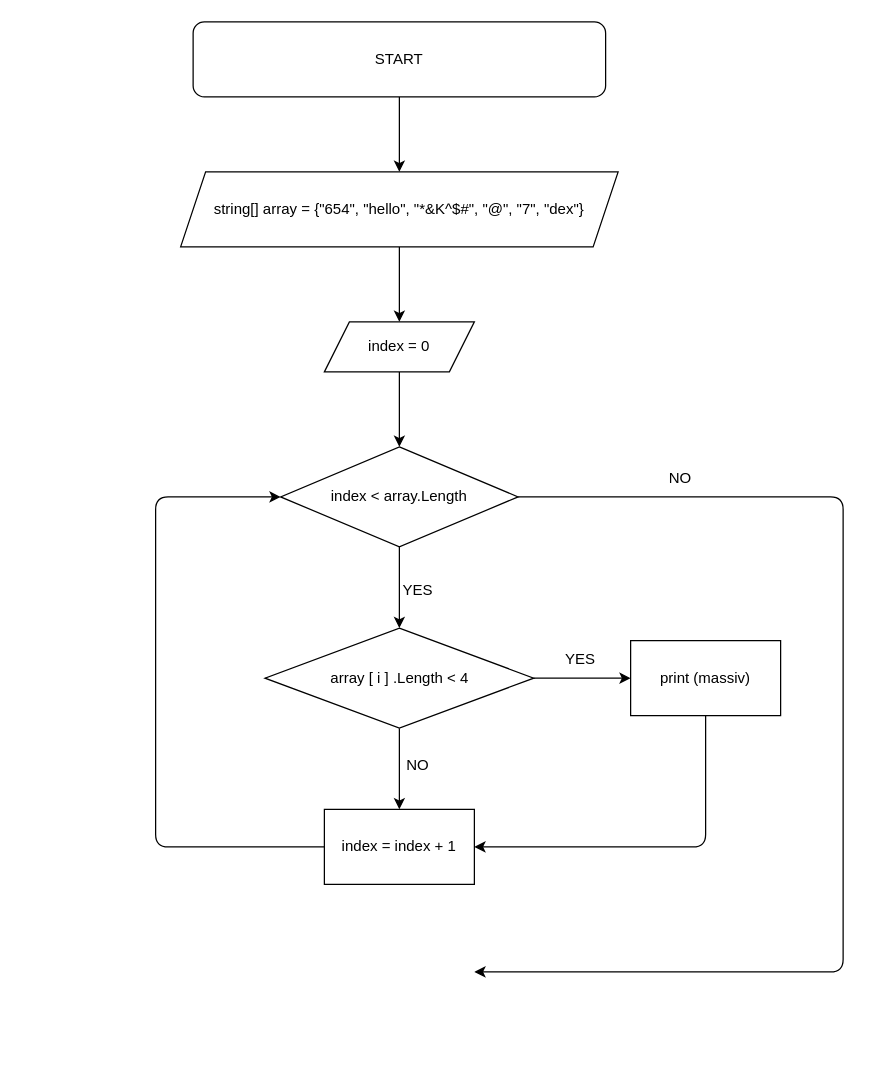
originalenergy98/Practical-task keeps this draw.io diagram as diagram.drawio. Above is the earlier version. Source tidied: cells renumbered, new cells numbered last; positions are measured from the earlier drawing's top-left corner, leaving out a move shared by most shapes. Both pictures are drawn from the tidied source at 125%, with x=0, y=0 at pixel (155, 21).
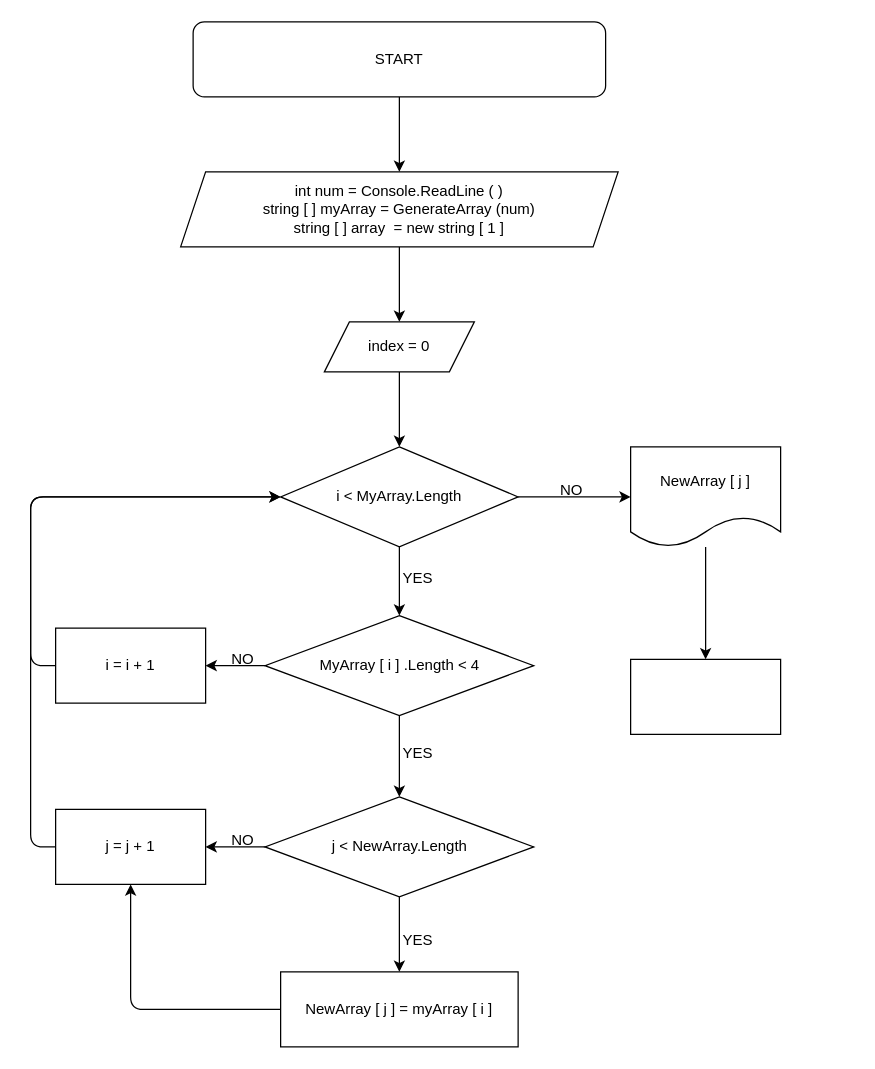
Above is the later version.

Diff of the diagram source:
```diff
@@
-    <mxCell id="5" value="string[] array = {&quot;654&quot;, &quot;hello&quot;, &quot;*&amp;amp;K^$#&quot;, &quot;@&quot;, &quot;7&quot;, &quot;dex&quot;}&lt;br&gt;" style="shape=parallelogram;perimeter=parallelogramPerimeter;whiteSpace=wrap;html=1;fixedSize=1;" parent="1" vertex="1">
+    <mxCell id="5" value="int num = Console.ReadLine ( )&lt;br&gt;string [ ] myArray = GenerateArray (num)&lt;br&gt;string [ ] array&amp;nbsp; = new string [ 1 ]" style="shape=parallelogram;perimeter=parallelogramPerimeter;whiteSpace=wrap;html=1;fixedSize=1;" parent="1" vertex="1">
       <mxGeometry x="20" y="120" width="350" height="60" as="geometry" />
     </mxCell>
@@
-    <mxCell id="9" style="edgeStyle=none;html=1;entryX=1;entryY=0.5;entryDx=0;entryDy=0;" parent="1" edge="1" source="10">
-      <mxGeometry relative="1" as="geometry">
-        <mxPoint x="255" y="760" as="targetPoint" />
-        <Array as="points">
-          <mxPoint x="550" y="380" />
-          <mxPoint x="550" y="760" />
-        </Array>
-      </mxGeometry>
-    </mxCell>
+    <mxCell id="22" style="edgeStyle=none;html=1;entryX=0;entryY=0.5;entryDx=0;entryDy=0;" parent="1" edge="1" source="10" target="33">
+      <mxGeometry relative="1" as="geometry" />
+    </mxCell>
-    <mxCell id="10" value="index &amp;lt; array.Length" style="rhombus;whiteSpace=wrap;html=1;" parent="1" vertex="1">
+    <mxCell id="10" value="i &amp;lt; MyArray.Length" style="rhombus;whiteSpace=wrap;html=1;" parent="1" vertex="1">
       <mxGeometry x="100" y="340" width="190" height="80" as="geometry" />
     </mxCell>
@@
-    <mxCell id="12" style="edgeStyle=none;html=1;" parent="1" edge="1" source="13" target="15">
+    <mxCell id="12" style="edgeStyle=none;html=1;entryX=0.5;entryY=0;entryDx=0;entryDy=0;" parent="1" edge="1" source="13" target="25">
       <mxGeometry relative="1" as="geometry" />
     </mxCell>
-    <mxCell id="13" value="array [ i ] .Length &amp;lt; 4" style="rhombus;whiteSpace=wrap;html=1;" parent="1" vertex="1">
-      <mxGeometry x="87.5" y="485" width="215" height="80" as="geometry" />
+    <mxCell id="13" value="MyArray [ i ] .Length &amp;lt; 4" style="rhombus;whiteSpace=wrap;html=1;" parent="1" vertex="1">
+      <mxGeometry x="87.5" y="475" width="215" height="80" as="geometry" />
     </mxCell>
-    <mxCell id="14" style="edgeStyle=none;html=1;entryX=1;entryY=0.5;entryDx=0;entryDy=0;" parent="1" edge="1" source="15" target="17">
-      <mxGeometry relative="1" as="geometry">
-        <Array as="points">
-          <mxPoint x="440" y="660" />
-        </Array>
-      </mxGeometry>
-    </mxCell>
-    <mxCell id="15" value="print (massiv)" style="rounded=0;whiteSpace=wrap;html=1;" parent="1" vertex="1">
-      <mxGeometry x="380" y="495" width="120" height="60" as="geometry" />
-    </mxCell>
     <mxCell id="16" style="edgeStyle=none;html=1;entryX=0;entryY=0.5;entryDx=0;entryDy=0;" parent="1" edge="1" source="17" target="10">
       <mxGeometry relative="1" as="geometry">
         <Array as="points">
-          <mxPoint y="660" />
-          <mxPoint y="380" />
+          <mxPoint x="-100" y="515" />
+          <mxPoint x="-100" y="380" />
         </Array>
       </mxGeometry>
     </mxCell>
-    <mxCell id="17" value="index = index + 1" style="rounded=0;whiteSpace=wrap;html=1;" parent="1" vertex="1">
-      <mxGeometry x="135" y="630" width="120" height="60" as="geometry" />
+    <mxCell id="17" value="i = i + 1" style="rounded=0;whiteSpace=wrap;html=1;" parent="1" vertex="1">
+      <mxGeometry x="-80" y="485" width="120" height="60" as="geometry" />
     </mxCell>
     <mxCell id="18" value="NO" style="text;html=1;strokeColor=none;fillColor=none;align=center;verticalAlign=middle;whiteSpace=wrap;rounded=0;" parent="1" vertex="1">
-      <mxGeometry x="390" y="350" width="60" height="30" as="geometry" />
+      <mxGeometry x="302.5" y="360" width="60" height="30" as="geometry" />
     </mxCell>
     <mxCell id="19" value="YES" style="text;html=1;strokeColor=none;fillColor=none;align=center;verticalAlign=middle;whiteSpace=wrap;rounded=0;" parent="1" vertex="1">
-      <mxGeometry x="180" y="440" width="60" height="30" as="geometry" />
+      <mxGeometry x="180" y="430" width="60" height="30" as="geometry" />
     </mxCell>
     <mxCell id="20" value="YES" style="text;html=1;strokeColor=none;fillColor=none;align=center;verticalAlign=middle;whiteSpace=wrap;rounded=0;" parent="1" vertex="1">
-      <mxGeometry x="310" y="495" width="60" height="30" as="geometry" />
+      <mxGeometry x="180" y="570" width="60" height="30" as="geometry" />
     </mxCell>
     <mxCell id="21" value="NO" style="text;html=1;strokeColor=none;fillColor=none;align=center;verticalAlign=middle;whiteSpace=wrap;rounded=0;" parent="1" vertex="1">
-      <mxGeometry x="180" y="580" width="60" height="30" as="geometry" />
+      <mxGeometry x="40" y="495" width="60" height="30" as="geometry" />
     </mxCell>
+    <mxCell id="23" style="edgeStyle=none;html=1;startArrow=none;entryX=1;entryY=0.5;entryDx=0;entryDy=0;exitX=0;exitY=0.5;exitDx=0;exitDy=0;" parent="1" edge="1" source="25" target="27">
+      <mxGeometry relative="1" as="geometry" />
+    </mxCell>
+    <mxCell id="24" style="edgeStyle=none;html=1;" parent="1" edge="1" source="25" target="29">
+      <mxGeometry relative="1" as="geometry" />
+    </mxCell>
+    <mxCell id="25" value="j &amp;lt; NewArray.Length" style="rhombus;whiteSpace=wrap;html=1;" parent="1" vertex="1">
+      <mxGeometry x="87.5" y="620" width="215" height="80" as="geometry" />
+    </mxCell>
+    <mxCell id="26" style="edgeStyle=none;html=1;exitX=0;exitY=0.5;exitDx=0;exitDy=0;" parent="1" edge="1" source="27">
+      <mxGeometry relative="1" as="geometry">
+        <mxPoint x="100" y="380" as="targetPoint" />
+        <Array as="points">
+          <mxPoint x="-100" y="660" />
+          <mxPoint x="-100" y="380" />
+        </Array>
+      </mxGeometry>
+    </mxCell>
+    <mxCell id="27" value="j = j + 1" style="rounded=0;whiteSpace=wrap;html=1;" parent="1" vertex="1">
+      <mxGeometry x="-80" y="630" width="120" height="60" as="geometry" />
+    </mxCell>
+    <mxCell id="28" style="edgeStyle=none;html=1;entryX=0.5;entryY=1;entryDx=0;entryDy=0;" parent="1" edge="1" source="29" target="27">
+      <mxGeometry relative="1" as="geometry">
+        <Array as="points">
+          <mxPoint x="-20" y="790" />
+        </Array>
+      </mxGeometry>
+    </mxCell>
+    <mxCell id="29" value="NewArray [ j ] = myArray [ i ]" style="whiteSpace=wrap;html=1;" parent="1" vertex="1">
+      <mxGeometry x="100" y="760" width="190" height="60" as="geometry" />
+    </mxCell>
+    <mxCell id="30" value="NO" style="text;html=1;strokeColor=none;fillColor=none;align=center;verticalAlign=middle;whiteSpace=wrap;rounded=0;" parent="1" vertex="1">
+      <mxGeometry x="40" y="640" width="60" height="30" as="geometry" />
+    </mxCell>
+    <mxCell id="31" value="YES" style="text;html=1;strokeColor=none;fillColor=none;align=center;verticalAlign=middle;whiteSpace=wrap;rounded=0;" parent="1" vertex="1">
+      <mxGeometry x="180" y="720" width="60" height="30" as="geometry" />
+    </mxCell>
+    <mxCell id="32" style="edgeStyle=none;html=1;" parent="1" edge="1" source="33" target="34">
+      <mxGeometry relative="1" as="geometry" />
+    </mxCell>
+    <mxCell id="33" value="NewArray [ j ]" style="shape=document;whiteSpace=wrap;html=1;boundedLbl=1;" parent="1" vertex="1">
+      <mxGeometry x="380" y="340" width="120" height="80" as="geometry" />
+    </mxCell>
+    <mxCell id="34" style="whiteSpace=wrap;html=1;" parent="1" vertex="1">
+      <mxGeometry x="380" y="510" width="120" height="60" as="geometry" />
+    </mxCell>
```
